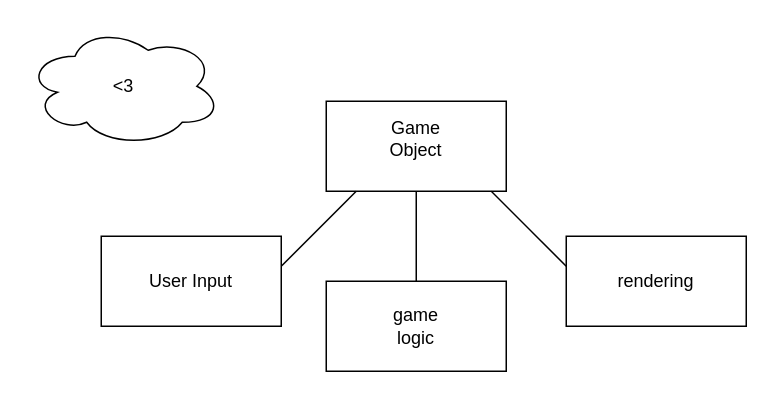
Above: Multi-User-Collab.drawio in kristiandFrance/Characters-Enter-One-Leaves (draw.io), before the change. Source tidied: cells renumbered, new cells numbered last; positions are measured from the earlier drawing's top-left corner, leaving out a move shared by most shapes. Both pictures are drawn from the tidied source at 150%, with x=0, y=0 at pixel (26, 26).
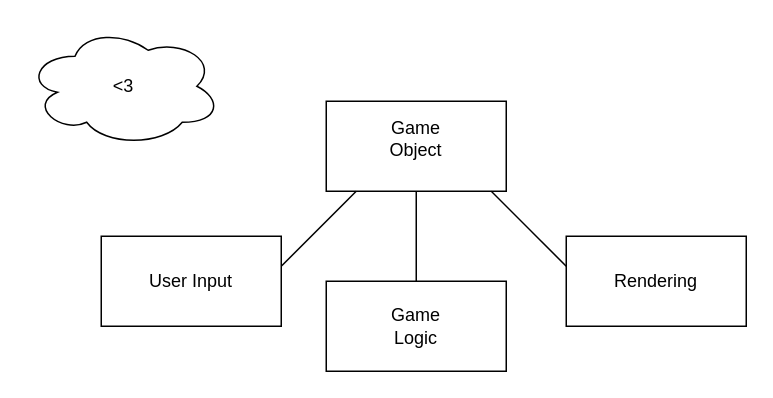
After the change.

The edit, as a diff of the source:
```diff
@@
 <mxGraphModel>
   <root>
     <mxCell id="0" />
     <mxCell id="1" parent="0" />
     <mxCell id="2" style="rounded=0;whiteSpace=wrap;html=1;" parent="1" vertex="1">
       <mxGeometry x="200" y="50" width="120" height="60" as="geometry" />
     </mxCell>
     <mxCell id="3" value="Game Object" style="text;html=1;strokeColor=none;fillColor=none;align=center;verticalAlign=middle;whiteSpace=wrap;rounded=0;" parent="1" vertex="1">
       <mxGeometry x="230" y="60" width="60" height="30" as="geometry" />
     </mxCell>
     <mxCell id="4" style="endArrow=none;html=1;rounded=0;" parent="1" edge="1">
       <mxGeometry relative="1" as="geometry">
         <mxPoint x="170" y="160" as="sourcePoint" />
         <mxPoint x="220" y="110" as="targetPoint" />
       </mxGeometry>
     </mxCell>
     <mxCell id="5" style="endArrow=none;html=1;rounded=0;" parent="1" edge="1">
       <mxGeometry relative="1" as="geometry">
         <mxPoint x="260" y="170" as="sourcePoint" />
         <mxPoint x="260" y="110" as="targetPoint" />
       </mxGeometry>
     </mxCell>
     <mxCell id="6" style="endArrow=none;html=1;rounded=0;" parent="1" edge="1">
       <mxGeometry relative="1" as="geometry">
         <mxPoint x="360" y="160" as="sourcePoint" />
         <mxPoint x="310" y="110" as="targetPoint" />
       </mxGeometry>
     </mxCell>
     <mxCell id="7" style="rounded=0;whiteSpace=wrap;html=1;" parent="1" vertex="1">
       <mxGeometry x="50" y="140" width="120" height="60" as="geometry" />
     </mxCell>
     <mxCell id="8" style="rounded=0;whiteSpace=wrap;html=1;" parent="1" vertex="1">
       <mxGeometry x="360" y="140" width="120" height="60" as="geometry" />
     </mxCell>
     <mxCell id="9" style="rounded=0;whiteSpace=wrap;html=1;" parent="1" vertex="1">
       <mxGeometry x="200" y="170" width="120" height="60" as="geometry" />
     </mxCell>
     <mxCell id="10" value=" User Input" style="text;html=1;strokeColor=none;fillColor=none;align=center;verticalAlign=middle;whiteSpace=wrap;rounded=0;" parent="1" vertex="1">
       <mxGeometry x="80" y="155" width="60" height="30" as="geometry" />
     </mxCell>
-    <mxCell id="11" value=" game logic" style="text;html=1;strokeColor=none;fillColor=none;align=center;verticalAlign=middle;whiteSpace=wrap;rounded=0;" parent="1" vertex="1">
+    <mxCell id="11" value="Game Logic" style="text;html=1;strokeColor=none;fillColor=none;align=center;verticalAlign=middle;whiteSpace=wrap;rounded=0;" parent="1" vertex="1">
       <mxGeometry x="230" y="185" width="60" height="30" as="geometry" />
     </mxCell>
-    <mxCell id="12" value=" rendering" style="text;html=1;strokeColor=none;fillColor=none;align=center;verticalAlign=middle;whiteSpace=wrap;rounded=0;" parent="1" vertex="1">
+    <mxCell id="12" value="Rendering" style="text;html=1;strokeColor=none;fillColor=none;align=center;verticalAlign=middle;whiteSpace=wrap;rounded=0;" parent="1" vertex="1">
       <mxGeometry x="390" y="155" width="60" height="30" as="geometry" />
     </mxCell>
     <mxCell id="13" value="&amp;lt;3" style="ellipse;shape=cloud;whiteSpace=wrap;html=1;" parent="1" vertex="1">
       <mxGeometry width="130" height="80" as="geometry" />
     </mxCell>
   </root>
 </mxGraphModel>
```
